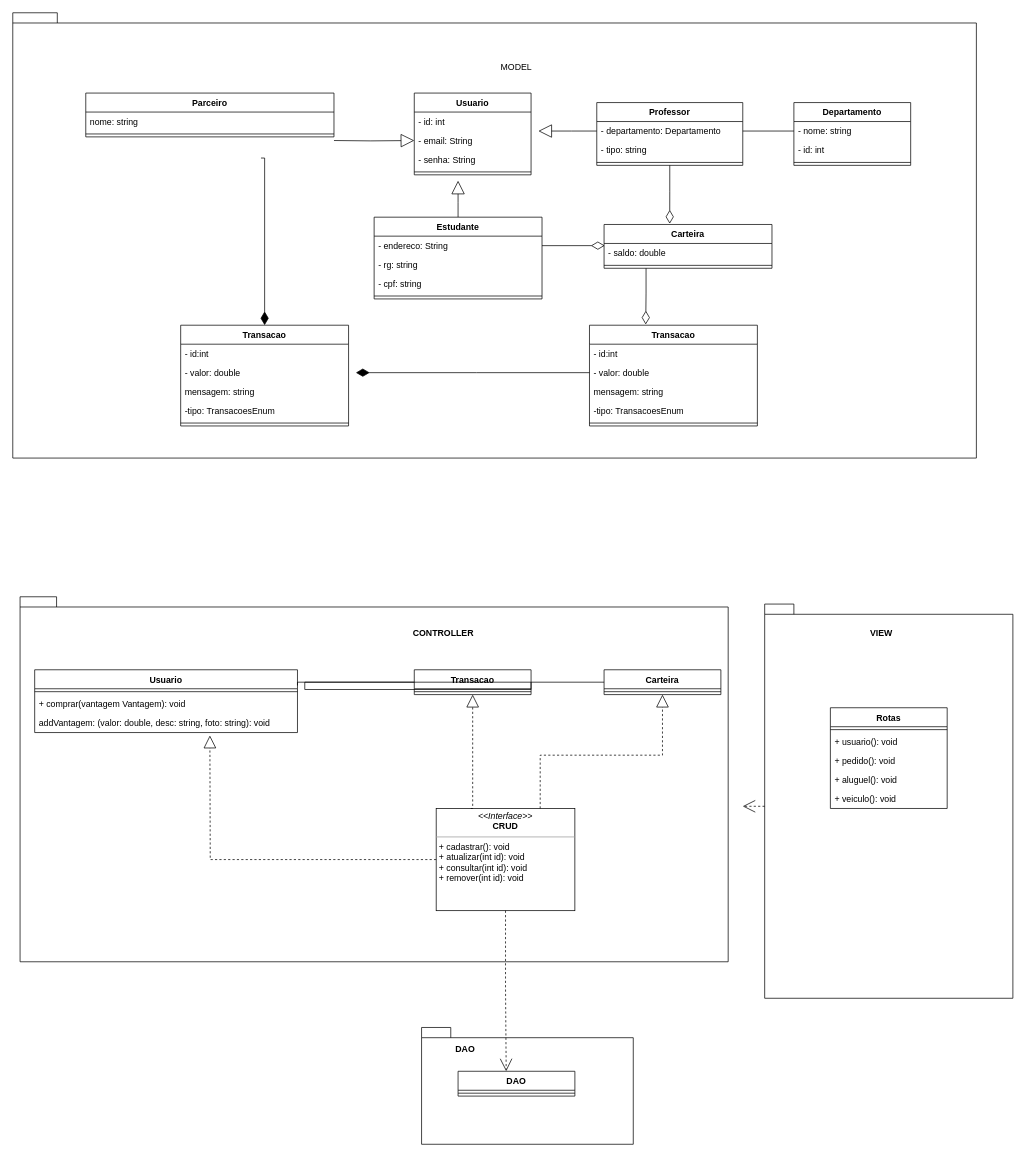
Earlier version of the draw.io diagram projeto/Untitled Diagram.drawio (joeyclapton/student-points). Source tidied: cells renumbered, new cells numbered last; positions are measured from the earlier drawing's top-left corner, leaving out a move shared by most shapes. Both pictures are drawn from the tidied source at 73%, with x=0, y=0 at pixel (12, 12).
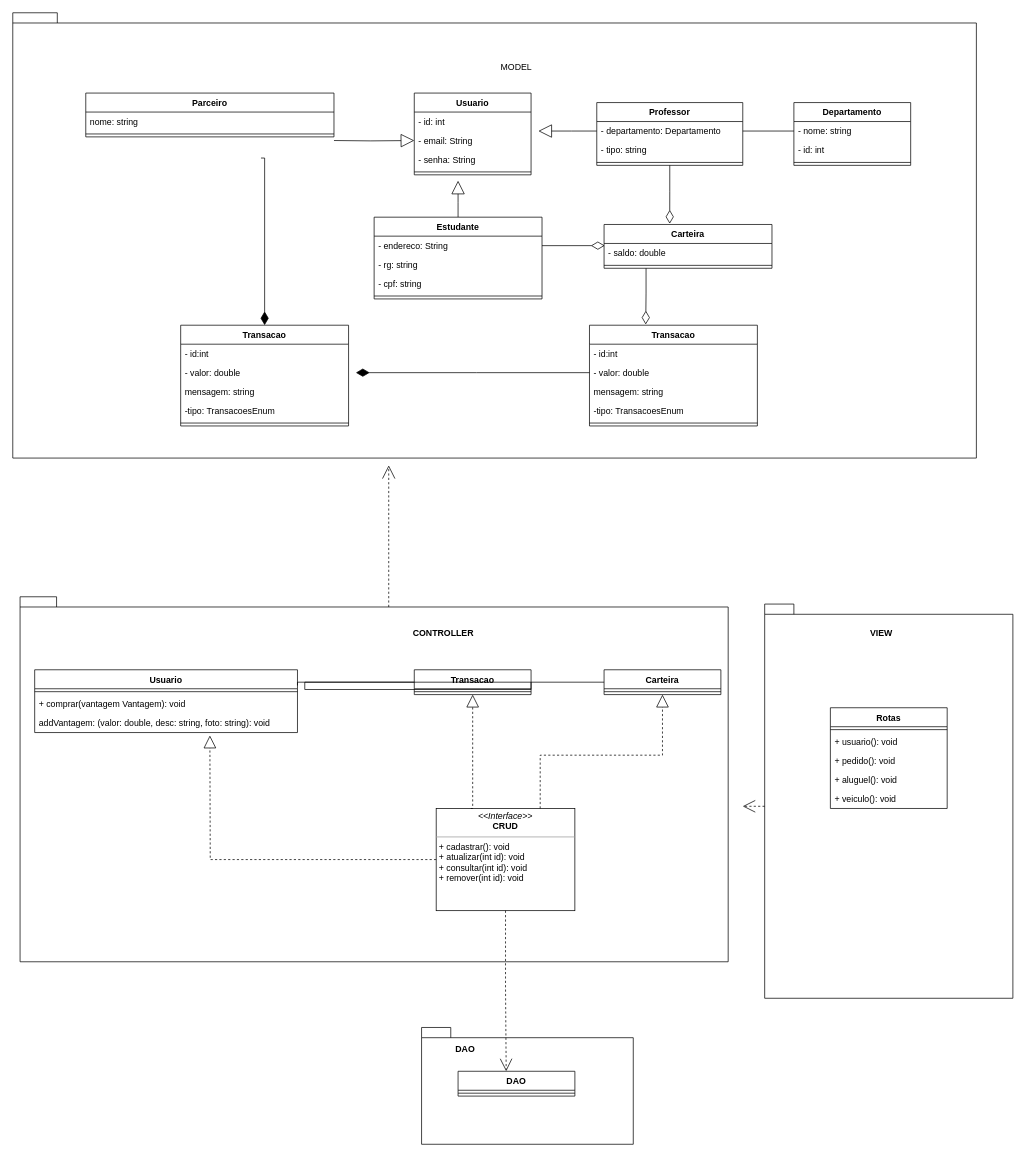
The same diagram, later.

The change refers to these unchanged cells:
```xml
<mxCell id="78" style="shape=folder;fontStyle=1;spacingTop=10;tabWidth=40;tabHeight=14;tabPosition=left;html=1;fillColor=none;" parent="1" vertex="1">
  <mxGeometry x="10" y="800" width="970" height="500" as="geometry" />
</mxCell>
```

The edit, as a diff of the source:
```diff
@@
+    <mxCell id="79" style="edgeStyle=orthogonalEdgeStyle;rounded=0;jettySize=auto;html=1;exitX=0;exitY=0;exitDx=505;exitDy=14;exitPerimeter=0;startArrow=none;startFill=0;endArrow=open;endFill=0;startSize=16;endSize=16;sourcePerimeterSpacing=6;targetPerimeterSpacing=18;dashed=1;" parent="1" edge="1" source="78">
+      <mxGeometry relative="1" as="geometry">
+        <mxPoint x="515" y="620" as="targetPoint" />
+      </mxGeometry>
+    </mxCell>
```
